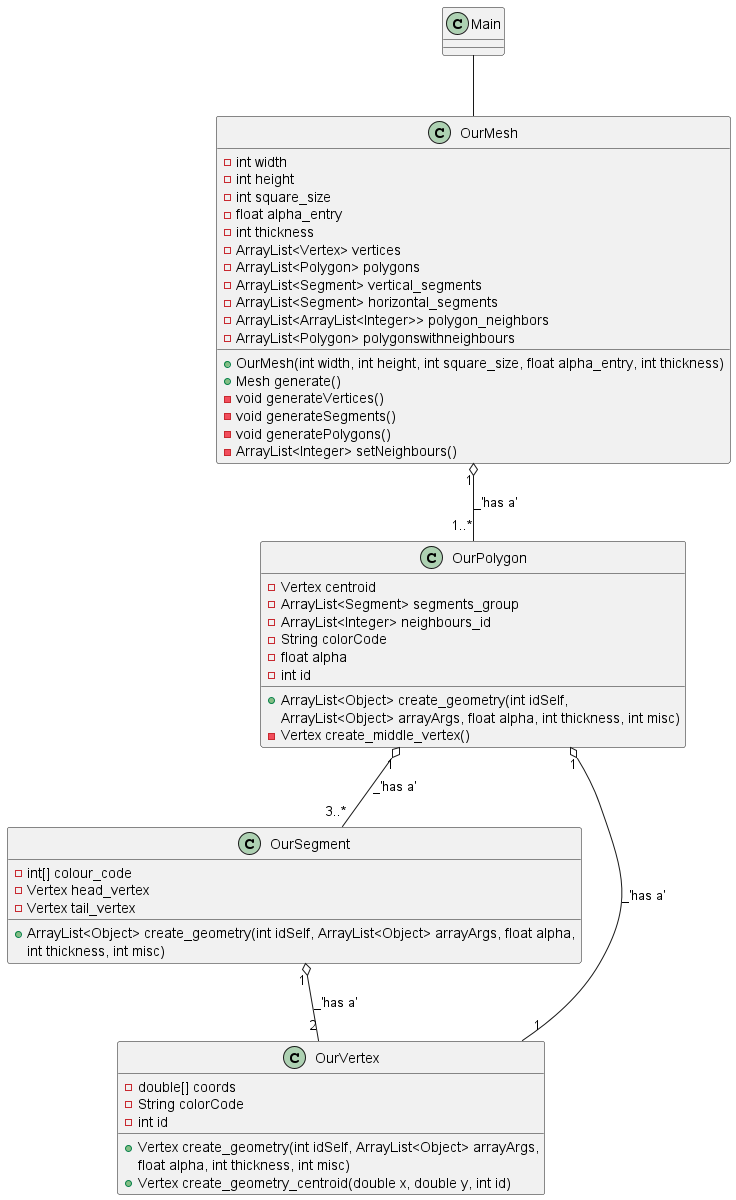
Earlier version of the PlantUML export class_diagrams/2generator.png (BaoGeist/Island-Mesh-Generation).
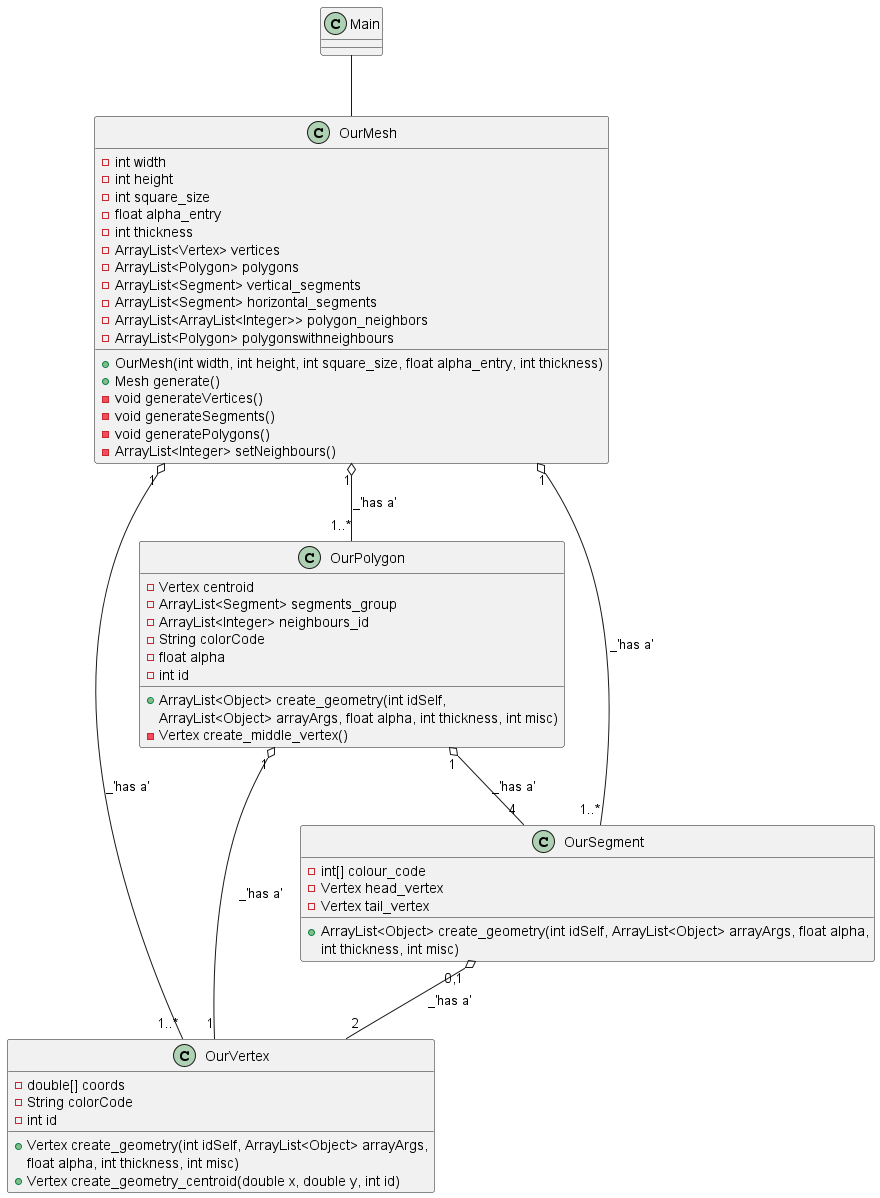
After the commit.

Diff of the diagram source:
```diff
@@ -35,6 +35,8 @@
     -Vertex create_middle_vertex()
 }
 OurMesh "1" o-- "1..*" OurPolygon: _'has a'
+OurMesh "1" o-- "1..*" OurVertex: _'has a'
+OurMesh "1" o-- "1..*" OurSegment: _'has a'
 
 together{
     Class OurSegment {
@@ -44,7 +46,7 @@
         +ArrayList<Object> create_geometry(int idSelf, ArrayList<Object> arrayArgs, float alpha,
         int thickness, int misc)
     }
-    OurPolygon "1" o-- "3..*" OurSegment: _'has a'
+    OurPolygon "1" o-- "4" OurSegment: _'has a'
     OurPolygon "1" o-- "1" OurVertex: _'has a'
 
     class OurVertex {
@@ -55,7 +57,7 @@
          float alpha, int thickness, int misc)
         +Vertex create_geometry_centroid(double x, double y, int id)
     }
-    OurSegment "1" o-- "2" OurVertex: _'has a'
+    OurSegment "0,1" o-- "2" OurVertex: _'has a'
 }
 
 
```
